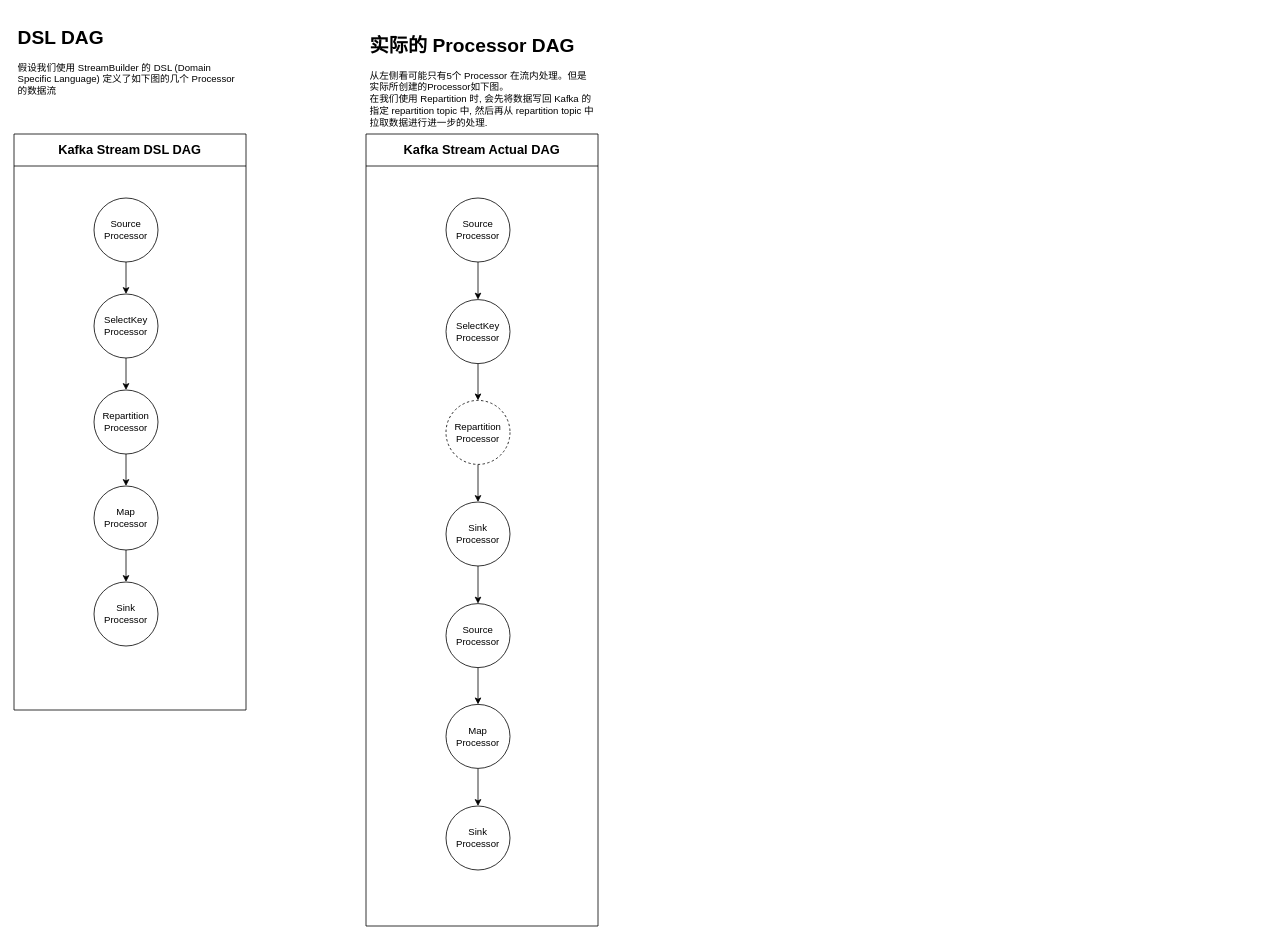
Above: kafka/stream/repartition.drawio in LJiangTao/drawio (draw.io), before the change. Source tidied: cells renumbered, new cells numbered last; positions are measured from the earlier drawing's top-left corner, leaving out a move shared by most shapes. Both pictures are drawn from the tidied source at 80%, with x=0, y=0 at pixel (14, 22).
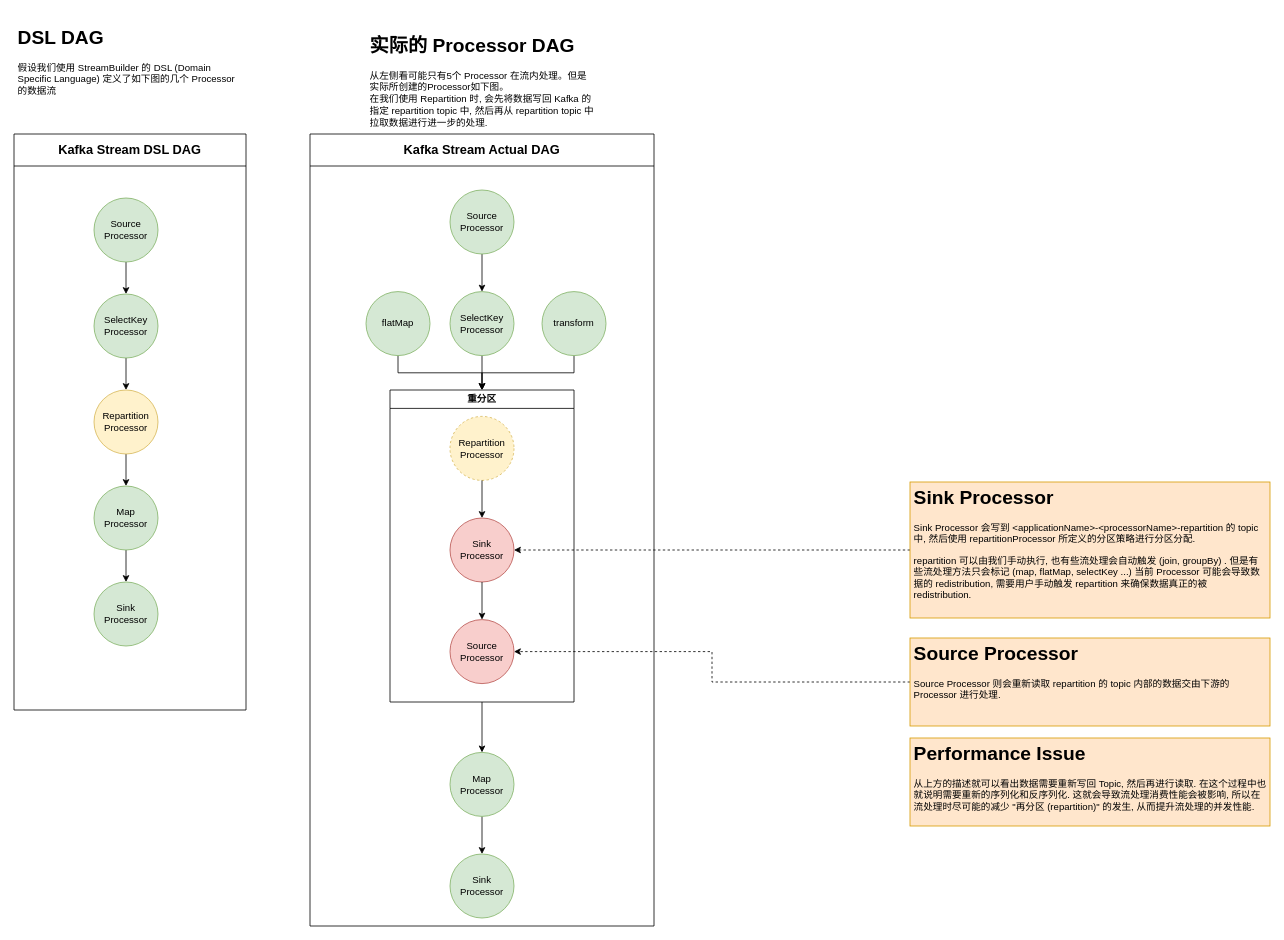
The same page after the edit.

The change refers to these unchanged cells:
```xml
<mxCell id="2" value="Kafka Stream DSL DAG" style="swimlane;whiteSpace=wrap;html=1;startSize=40;fontSize=16;" parent="1" vertex="1">
  <mxGeometry y="140" width="290" height="720" as="geometry" />
</mxCell>
```

What changed in the source:
```diff
@@
-    <mxCell id="4" value="Source&lt;br&gt;Processor" style="ellipse;whiteSpace=wrap;html=1;" parent="2" vertex="1">
+    <mxCell id="4" value="Source&lt;br&gt;Processor" style="ellipse;whiteSpace=wrap;html=1;fillColor=#d5e8d4;strokeColor=#82b366;" parent="2" vertex="1">
       <mxGeometry x="100" y="80" width="80" height="80" as="geometry" />
     </mxCell>
@@
-    <mxCell id="6" value="SelectKey&lt;br&gt;Processor" style="ellipse;whiteSpace=wrap;html=1;" parent="2" vertex="1">
+    <mxCell id="6" value="SelectKey&lt;br&gt;Processor" style="ellipse;whiteSpace=wrap;html=1;fillColor=#d5e8d4;strokeColor=#82b366;" parent="2" vertex="1">
       <mxGeometry x="100" y="200" width="80" height="80" as="geometry" />
     </mxCell>
@@
-    <mxCell id="8" value="Repartition&lt;br&gt;Processor" style="ellipse;whiteSpace=wrap;html=1;" parent="2" vertex="1">
+    <mxCell id="8" value="Repartition&lt;br&gt;Processor" style="ellipse;whiteSpace=wrap;html=1;fillColor=#fff2cc;strokeColor=#d6b656;" parent="2" vertex="1">
       <mxGeometry x="100" y="320" width="80" height="80" as="geometry" />
     </mxCell>
@@
-    <mxCell id="10" value="Map&lt;br&gt;Processor" style="ellipse;whiteSpace=wrap;html=1;" parent="2" vertex="1">
+    <mxCell id="10" value="Map&lt;br&gt;Processor" style="ellipse;whiteSpace=wrap;html=1;fillColor=#d5e8d4;strokeColor=#82b366;" parent="2" vertex="1">
       <mxGeometry x="100" y="440" width="80" height="80" as="geometry" />
     </mxCell>
-    <mxCell id="11" value="Sink&lt;br&gt;Processor" style="ellipse;whiteSpace=wrap;html=1;" parent="2" vertex="1">
+    <mxCell id="11" value="Sink&lt;br&gt;Processor" style="ellipse;whiteSpace=wrap;html=1;fillColor=#d5e8d4;strokeColor=#82b366;" parent="2" vertex="1">
       <mxGeometry x="100" y="560" width="80" height="80" as="geometry" />
     </mxCell>
@@
     <mxCell id="14" value="Kafka Stream Actual DAG" style="swimlane;whiteSpace=wrap;html=1;startSize=40;fontSize=16;" parent="1" vertex="1">
-      <mxGeometry x="440" y="140" width="290" height="990" as="geometry" />
+      <mxGeometry x="370" y="140" width="430" height="990" as="geometry" />
     </mxCell>
@@
-    <mxCell id="16" value="Source&lt;br&gt;Processor" style="ellipse;whiteSpace=wrap;html=1;" parent="14" vertex="1">
-      <mxGeometry x="100" y="80" width="80" height="80" as="geometry" />
+    <mxCell id="16" value="Source&lt;br&gt;Processor" style="ellipse;whiteSpace=wrap;html=1;fillColor=#d5e8d4;strokeColor=#82b366;" parent="14" vertex="1">
+      <mxGeometry x="175" y="70" width="80" height="80" as="geometry" />
     </mxCell>
-    <mxCell id="17" style="edgeStyle=orthogonalEdgeStyle;rounded=0;jettySize=auto;html=1;" parent="14" edge="1" source="18" target="20">
-      <mxGeometry relative="1" as="geometry" />
-    </mxCell>
+    <mxCell id="28" style="edgeStyle=orthogonalEdgeStyle;rounded=0;jettySize=auto;html=1;" parent="14" edge="1" source="18" target="30">
+      <mxGeometry relative="1" as="geometry" />
+    </mxCell>
-    <mxCell id="18" value="SelectKey&lt;br&gt;Processor" style="ellipse;whiteSpace=wrap;html=1;" parent="14" vertex="1">
-      <mxGeometry x="100" y="207" width="80" height="80" as="geometry" />
+    <mxCell id="18" value="SelectKey&lt;br&gt;Processor" style="ellipse;whiteSpace=wrap;html=1;fillColor=#d5e8d4;strokeColor=#82b366;" parent="14" vertex="1">
+      <mxGeometry x="175" y="197" width="80" height="80" as="geometry" />
     </mxCell>
-    <mxCell id="19" style="edgeStyle=orthogonalEdgeStyle;rounded=0;jettySize=auto;html=1;" parent="14" edge="1" source="20" target="25">
-      <mxGeometry relative="1" as="geometry" />
-    </mxCell>
-    <mxCell id="20" value="Repartition&lt;br&gt;Processor" style="ellipse;whiteSpace=wrap;html=1;dashed=1;" parent="14" vertex="1">
-      <mxGeometry x="100" y="333" width="80" height="80" as="geometry" />
-    </mxCell>
@@
-    <mxCell id="22" value="Map&lt;br&gt;Processor" style="ellipse;whiteSpace=wrap;html=1;" parent="14" vertex="1">
-      <mxGeometry x="100" y="713" width="80" height="80" as="geometry" />
+    <mxCell id="22" value="Map&lt;br&gt;Processor" style="ellipse;whiteSpace=wrap;html=1;fillColor=#d5e8d4;strokeColor=#82b366;" parent="14" vertex="1">
+      <mxGeometry x="175" y="773" width="80" height="80" as="geometry" />
     </mxCell>
-    <mxCell id="23" value="Sink&lt;br&gt;Processor" style="ellipse;whiteSpace=wrap;html=1;" parent="14" vertex="1">
-      <mxGeometry x="100" y="840" width="80" height="80" as="geometry" />
+    <mxCell id="23" value="Sink&lt;br&gt;Processor" style="ellipse;whiteSpace=wrap;html=1;fillColor=#d5e8d4;strokeColor=#82b366;" parent="14" vertex="1">
+      <mxGeometry x="175" y="900" width="80" height="80" as="geometry" />
     </mxCell>
+    <mxCell id="29" style="edgeStyle=orthogonalEdgeStyle;rounded=0;jettySize=auto;html=1;" parent="14" edge="1" source="30" target="22">
+      <mxGeometry relative="1" as="geometry" />
+    </mxCell>
+    <mxCell id="30" value="重分区" style="swimlane;whiteSpace=wrap;html=1;" parent="14" vertex="1">
+      <mxGeometry x="100" y="320" width="230" height="390" as="geometry" />
+    </mxCell>
+    <mxCell id="20" value="Repartition&lt;br&gt;Processor" style="ellipse;whiteSpace=wrap;html=1;dashed=1;fillColor=#fff2cc;strokeColor=#d6b656;" parent="30" vertex="1">
+      <mxGeometry x="75" y="33" width="80" height="80" as="geometry" />
+    </mxCell>
+    <mxCell id="25" value="Sink&lt;br&gt;Processor" style="ellipse;whiteSpace=wrap;html=1;fillColor=#f8cecc;strokeColor=#b85450;" parent="30" vertex="1">
+      <mxGeometry x="75" y="160" width="80" height="80" as="geometry" />
+    </mxCell>
+    <mxCell id="27" value="Source&lt;br&gt;Processor" style="ellipse;whiteSpace=wrap;html=1;fillColor=#f8cecc;strokeColor=#b85450;" parent="30" vertex="1">
+      <mxGeometry x="75" y="287" width="80" height="80" as="geometry" />
+    </mxCell>
+    <mxCell id="19" style="edgeStyle=orthogonalEdgeStyle;rounded=0;jettySize=auto;html=1;" parent="30" edge="1" source="20" target="25">
+      <mxGeometry relative="1" as="geometry" />
+    </mxCell>
-    <mxCell id="24" style="edgeStyle=orthogonalEdgeStyle;rounded=0;jettySize=auto;html=1;" parent="14" edge="1" source="25" target="27">
+    <mxCell id="24" style="edgeStyle=orthogonalEdgeStyle;rounded=0;jettySize=auto;html=1;" parent="30" edge="1" source="25" target="27">
       <mxGeometry relative="1" as="geometry" />
     </mxCell>
-    <mxCell id="25" value="Sink&lt;br&gt;Processor" style="ellipse;whiteSpace=wrap;html=1;" parent="14" vertex="1">
-      <mxGeometry x="100" y="460" width="80" height="80" as="geometry" />
-    </mxCell>
-    <mxCell id="26" style="edgeStyle=orthogonalEdgeStyle;rounded=0;jettySize=auto;html=1;" parent="14" edge="1" source="27" target="22">
-      <mxGeometry relative="1" as="geometry" />
-    </mxCell>
-    <mxCell id="27" value="Source&lt;br&gt;Processor" style="ellipse;whiteSpace=wrap;html=1;" parent="14" vertex="1">
-      <mxGeometry x="100" y="587" width="80" height="80" as="geometry" />
-    </mxCell>
+    <mxCell id="31" style="edgeStyle=orthogonalEdgeStyle;rounded=0;jettySize=auto;html=1;" parent="14" edge="1" source="32" target="30">
+      <mxGeometry relative="1" as="geometry" />
+    </mxCell>
+    <mxCell id="32" value="flatMap" style="ellipse;whiteSpace=wrap;html=1;fillColor=#d5e8d4;strokeColor=#82b366;" parent="14" vertex="1">
+      <mxGeometry x="70" y="197" width="80" height="80" as="geometry" />
+    </mxCell>
+    <mxCell id="33" style="edgeStyle=orthogonalEdgeStyle;rounded=0;jettySize=auto;html=1;" parent="14" edge="1" source="34" target="30">
+      <mxGeometry relative="1" as="geometry" />
+    </mxCell>
+    <mxCell id="34" value="transform" style="ellipse;whiteSpace=wrap;html=1;fillColor=#d5e8d4;strokeColor=#82b366;" parent="14" vertex="1">
+      <mxGeometry x="290" y="197" width="80" height="80" as="geometry" />
+    </mxCell>
+    <mxCell id="35" style="edgeStyle=orthogonalEdgeStyle;rounded=0;jettySize=auto;html=1;entryX=1;entryY=0.5;entryDx=0;entryDy=0;dashed=1;" parent="1" edge="1" source="36" target="25">
+      <mxGeometry relative="1" as="geometry" />
+    </mxCell>
+    <mxCell id="36" value="&lt;h1&gt;Sink Processor&lt;/h1&gt;&lt;p&gt;Sink Processor 会写到 &amp;lt;applicationName&amp;gt;-&amp;lt;processorName&amp;gt;-repartition 的 topic 中, 然后使用 repartitionProcessor 所定义的分区策略进行分区分配.&lt;/p&gt;&lt;p&gt;repartition 可以由我们手动执行, 也有些流处理会自动触发 (join, groupBy) . 但是有些流处理方法只会标记 (map, flatMap, selectKey ...) 当前 Processor 可能会导致数据的 redistribution, 需要用户手动触发 repartition 来确保数据真正的被 redistribution.&lt;/p&gt;" style="text;html=1;strokeColor=#d79b00;fillColor=#ffe6cc;spacing=5;spacingTop=-20;whiteSpace=wrap;overflow=hidden;rounded=0;" parent="1" vertex="1">
+      <mxGeometry x="1120" y="575" width="450" height="170" as="geometry" />
+    </mxCell>
+    <mxCell id="37" style="edgeStyle=orthogonalEdgeStyle;rounded=0;jettySize=auto;html=1;dashed=1;" parent="1" edge="1" source="38" target="27">
+      <mxGeometry relative="1" as="geometry" />
+    </mxCell>
+    <mxCell id="38" value="&lt;h1&gt;Source Processor&lt;/h1&gt;&lt;p&gt;Source Processor 则会重新读取 repartition 的 topic 内部的数据交由下游的 Processor 进行处理.&lt;/p&gt;" style="text;html=1;strokeColor=#d79b00;fillColor=#ffe6cc;spacing=5;spacingTop=-20;whiteSpace=wrap;overflow=hidden;rounded=0;" parent="1" vertex="1">
+      <mxGeometry x="1120" y="770" width="450" height="110" as="geometry" />
+    </mxCell>
+    <mxCell id="39" value="&lt;h1&gt;Performance Issue&lt;/h1&gt;&lt;p&gt;从上方的描述就可以看出数据需要重新写回 Topic, 然后再进行读取. 在这个过程中也就说明需要重新的序列化和反序列化. 这就会导致流处理消费性能会被影响, 所以在流处理时尽可能的减少 &quot;再分区 (repartition)&quot; 的发生, 从而提升流处理的并发性能.&lt;/p&gt;" style="text;html=1;strokeColor=#d79b00;fillColor=#ffe6cc;spacing=5;spacingTop=-20;whiteSpace=wrap;overflow=hidden;rounded=0;" parent="1" vertex="1">
+      <mxGeometry x="1120" y="895" width="450" height="110" as="geometry" />
+    </mxCell>
```
